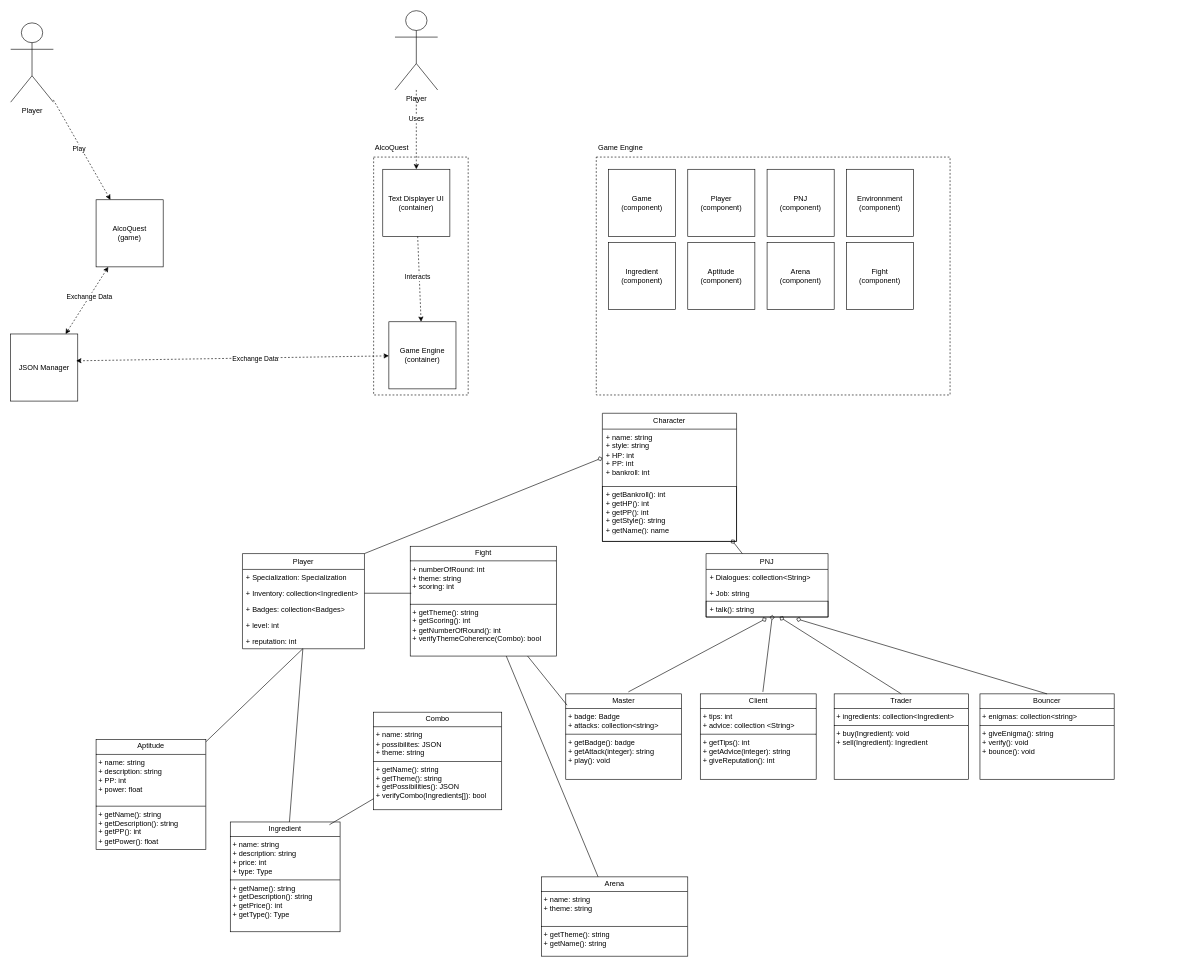
Earlier version of the draw.io diagram AlcoQuest_C4.drawio (Hchautard/RPG_Rust). Source tidied: cells renumbered, new cells numbered last; positions are measured from the earlier drawing's top-left corner, leaving out a move shared by most shapes. Both pictures are drawn from the tidied source at 61%, with x=0, y=0 at pixel (10, 10).
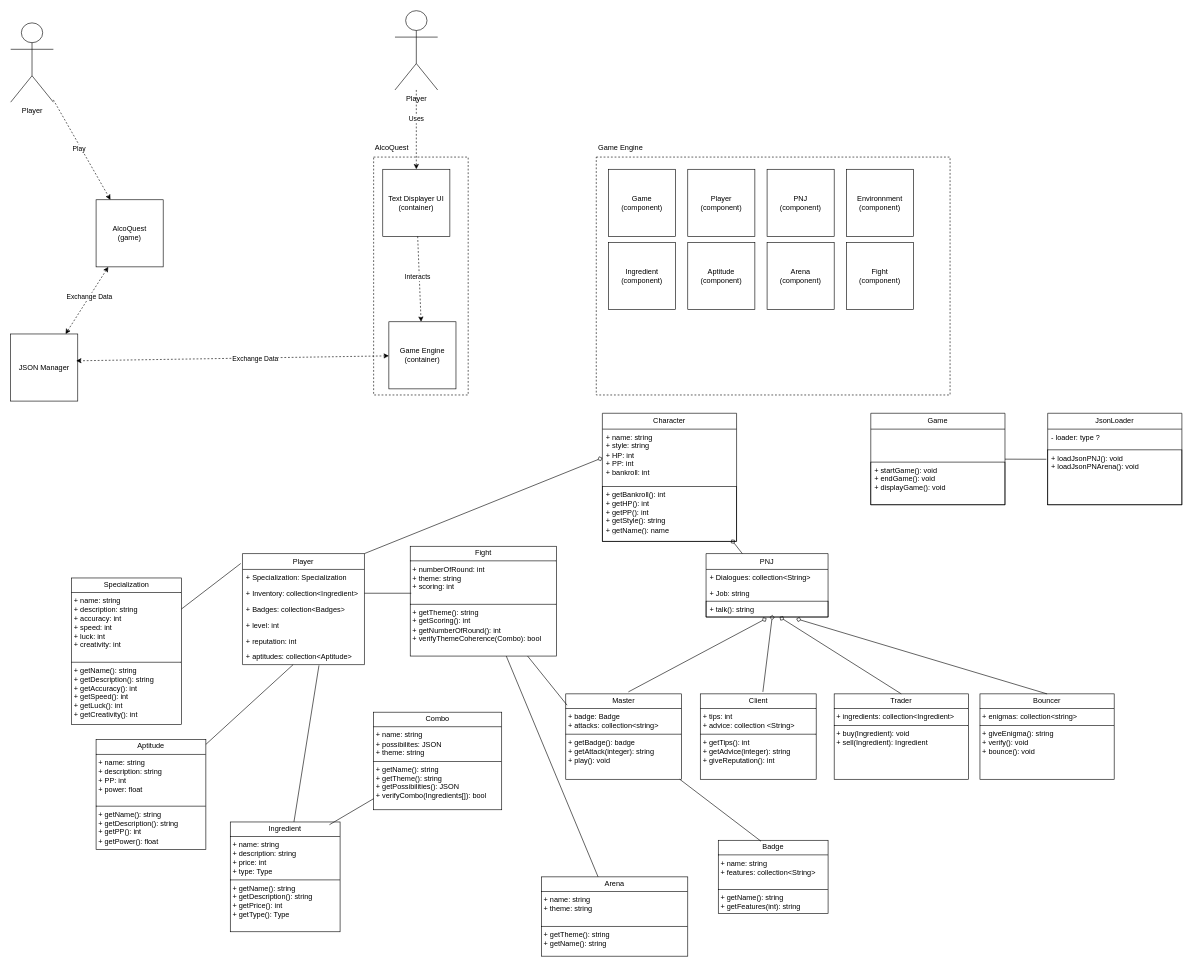
The same diagram, later.

Unchanged cells that the change refers to:
```xml
<mxCell id="36" value="+ reputation: int" style="text;strokeColor=none;fillColor=none;align=left;verticalAlign=top;spacingLeft=4;spacingRight=4;overflow=hidden;points=[[0,0.5],[1,0.5]];portConstraint=eastwest;whiteSpace=wrap;html=1;" parent="31" vertex="1">
  <mxGeometry y="130" width="200" height="26" as="geometry" />
</mxCell>
<mxCell id="46" value="&lt;p style=&quot;margin:0px;margin-top:4px;text-align:center;&quot;&gt;Master&lt;/p&gt;&lt;hr size=&quot;1&quot; style=&quot;border-style:solid;&quot;&gt;&lt;p style=&quot;margin:0px;margin-left:4px;&quot;&gt;+ badge: Badge&lt;br&gt;+ attacks: collection&amp;lt;string&amp;gt;&lt;/p&gt;&lt;hr size=&quot;1&quot; style=&quot;border-style:solid;&quot;&gt;&lt;p style=&quot;margin:0px;margin-left:4px;&quot;&gt;+ getBadge(): badge&lt;br&gt;+ getAttack(integer): string&lt;/p&gt;&lt;p style=&quot;margin:0px;margin-left:4px;&quot;&gt;+ play(): void&lt;/p&gt;" style="verticalAlign=top;align=left;overflow=fill;html=1;whiteSpace=wrap;" parent="1" vertex="1">
  <mxGeometry x="910" y="1120" width="190" height="140" as="geometry" />
</mxCell>
<mxCell id="54" value="&lt;p style=&quot;margin:0px;margin-top:4px;text-align:center;&quot;&gt;Ingredient&lt;/p&gt;&lt;hr size=&quot;1&quot; style=&quot;border-style:solid;&quot;&gt;&lt;p style=&quot;margin:0px;margin-left:4px;&quot;&gt;+ name: string&lt;br&gt;+ description: string&lt;/p&gt;&lt;p style=&quot;margin:0px;margin-left:4px;&quot;&gt;+ price: int&lt;/p&gt;&lt;p style=&quot;margin:0px;margin-left:4px;&quot;&gt;+ type: Type&lt;/p&gt;&lt;hr size=&quot;1&quot; style=&quot;border-style:solid;&quot;&gt;&lt;p style=&quot;margin:0px;margin-left:4px;&quot;&gt;+ getName(): string&lt;br&gt;+ getDescription(): string&lt;/p&gt;&lt;p style=&quot;margin:0px;margin-left:4px;&quot;&gt;+ getPrice(): int&lt;/p&gt;&lt;p style=&quot;margin:0px;margin-left:4px;&quot;&gt;+ getType(): Type&lt;/p&gt;" style="verticalAlign=top;align=left;overflow=fill;html=1;whiteSpace=wrap;" parent="1" vertex="1">
  <mxGeometry x="360" y="1330" width="180" height="180" as="geometry" />
</mxCell>
<mxCell id="56" value="&lt;p style=&quot;margin:0px;margin-top:4px;text-align:center;&quot;&gt;Aptitude&lt;br&gt;&lt;/p&gt;&lt;hr size=&quot;1&quot; style=&quot;border-style:solid;&quot;&gt;&lt;p style=&quot;margin:0px;margin-left:4px;&quot;&gt;+ name: string&lt;br&gt;+ description: string&lt;br&gt;&lt;/p&gt;&lt;p style=&quot;margin:0px;margin-left:4px;&quot;&gt;+ PP: int&lt;/p&gt;&lt;p style=&quot;margin:0px;margin-left:4px;&quot;&gt;+ power: float&lt;/p&gt;&lt;p style=&quot;margin:0px;margin-left:4px;&quot;&gt;&lt;br&gt;&lt;/p&gt;&lt;hr size=&quot;1&quot; style=&quot;border-style:solid;&quot;&gt;&lt;p style=&quot;margin:0px;margin-left:4px;&quot;&gt;+ getName(): string&lt;br&gt;+ getDescription(): string&lt;br&gt;&lt;/p&gt;&lt;p style=&quot;margin:0px;margin-left:4px;&quot;&gt;+ getPP(): int&lt;/p&gt;&lt;p style=&quot;margin:0px;margin-left:4px;&quot;&gt;+ getPower(): float&lt;/p&gt;&lt;p style=&quot;margin:0px;margin-left:4px;&quot;&gt;&lt;br&gt;&lt;/p&gt;" style="verticalAlign=top;align=left;overflow=fill;html=1;whiteSpace=wrap;" parent="1" vertex="1">
  <mxGeometry x="140" y="1195" width="180" height="180" as="geometry" />
</mxCell>
```

Diff of the diagram source:
```diff
@@
     <mxCell id="31" value="Player" style="swimlane;fontStyle=0;horizontal=1;startSize=26;fillColor=none;whiteSpace=wrap;html=1;" parent="1" vertex="1">
-      <mxGeometry x="380" y="890" width="200" height="156" as="geometry" />
+      <mxGeometry x="380" y="890" width="200" height="182" as="geometry" />
     </mxCell>
@@
+    <mxCell id="64" value="+ aptitudes: collection&amp;lt;Aptitude&amp;gt;" style="text;strokeColor=none;fillColor=none;align=left;verticalAlign=top;spacingLeft=4;spacingRight=4;overflow=hidden;points=[[0,0.5],[1,0.5]];portConstraint=eastwest;whiteSpace=wrap;html=1;" parent="31" vertex="1">
+      <mxGeometry y="156" width="200" height="26" as="geometry" />
+    </mxCell>
@@
-    <mxCell id="53" style="rounded=0;jettySize=auto;html=1;endArrow=none;startFill=0;" parent="1" edge="1" source="54" target="36">
+    <mxCell id="53" style="rounded=0;jettySize=auto;html=1;endArrow=none;startFill=0;entryX=0.627;entryY=1.05;entryDx=0;entryDy=0;entryPerimeter=0;" parent="1" edge="1" source="54" target="64">
       <mxGeometry relative="1" as="geometry" />
     </mxCell>
@@
-    <mxCell id="62" style="rounded=0;jettySize=auto;html=1;entryX=0.494;entryY=1.003;entryDx=0;entryDy=0;entryPerimeter=0;endArrow=none;startFill=0;" parent="1" edge="1" source="56" target="36">
+    <mxCell id="62" style="rounded=0;jettySize=auto;html=1;entryX=0.415;entryY=1.005;entryDx=0;entryDy=0;entryPerimeter=0;endArrow=none;startFill=0;" parent="1" edge="1" source="56" target="64">
       <mxGeometry relative="1" as="geometry" />
     </mxCell>
@@
+    <mxCell id="65" value="&lt;p style=&quot;margin:0px;margin-top:4px;text-align:center;&quot;&gt;Badge&lt;br&gt;&lt;/p&gt;&lt;hr size=&quot;1&quot; style=&quot;border-style:solid;&quot;&gt;&lt;p style=&quot;margin:0px;margin-left:4px;&quot;&gt;+ name: string&lt;br&gt;+ features: collection&amp;lt;String&amp;gt;&lt;/p&gt;&lt;p style=&quot;margin:0px;margin-left:4px;&quot;&gt;&lt;br&gt;&lt;/p&gt;&lt;hr size=&quot;1&quot; style=&quot;border-style:solid;&quot;&gt;&lt;p style=&quot;margin:0px;margin-left:4px;&quot;&gt;+ getName(): string&lt;br&gt;+ getFeatures(int): string&lt;/p&gt;&lt;p style=&quot;margin:0px;margin-left:4px;&quot;&gt;&lt;br&gt;&lt;/p&gt;" style="verticalAlign=top;align=left;overflow=fill;html=1;whiteSpace=wrap;" parent="1" vertex="1">
+      <mxGeometry x="1160" y="1360" width="180" height="120" as="geometry" />
+    </mxCell>
+    <mxCell id="66" style="rounded=0;jettySize=auto;html=1;entryX=0.389;entryY=0.013;entryDx=0;entryDy=0;entryPerimeter=0;endArrow=none;startFill=0;" parent="1" edge="1" source="46" target="65">
+      <mxGeometry relative="1" as="geometry" />
+    </mxCell>
+    <mxCell id="67" value="&lt;p style=&quot;margin:0px;margin-top:4px;text-align:center;&quot;&gt;Specialization&lt;br&gt;&lt;/p&gt;&lt;hr size=&quot;1&quot; style=&quot;border-style:solid;&quot;&gt;&lt;p style=&quot;margin:0px;margin-left:4px;&quot;&gt;+ name: string&lt;br&gt;+ description: string&lt;br&gt;&lt;/p&gt;&lt;p style=&quot;margin:0px;margin-left:4px;&quot;&gt;+ accuracy: int&lt;/p&gt;&lt;p style=&quot;margin:0px;margin-left:4px;&quot;&gt;+ speed: int&lt;/p&gt;&lt;p style=&quot;margin:0px;margin-left:4px;&quot;&gt;+ luck: int&lt;/p&gt;&lt;p style=&quot;margin:0px;margin-left:4px;&quot;&gt;+ creativity: int&lt;/p&gt;&lt;p style=&quot;margin:0px;margin-left:4px;&quot;&gt;&lt;br&gt;&lt;/p&gt;&lt;hr size=&quot;1&quot; style=&quot;border-style:solid;&quot;&gt;&lt;p style=&quot;margin:0px;margin-left:4px;&quot;&gt;+ getName(): string&lt;br&gt;+ getDescription(): string&lt;br&gt;&lt;/p&gt;&lt;p style=&quot;margin:0px;margin-left:4px;&quot;&gt;+ getA&lt;span style=&quot;background-color: transparent;&quot;&gt;ccuracy&lt;/span&gt;&lt;span style=&quot;background-color: transparent;&quot;&gt;(): int&lt;/span&gt;&lt;/p&gt;&lt;p style=&quot;margin:0px;margin-left:4px;&quot;&gt;+ getSpeed(): int&lt;/p&gt;&lt;p style=&quot;margin: 0px 0px 0px 4px;&quot;&gt;+ getLuck(): int&lt;/p&gt;&lt;p style=&quot;margin: 0px 0px 0px 4px;&quot;&gt;+ getCreativity(): int&lt;/p&gt;&lt;p style=&quot;margin:0px;margin-left:4px;&quot;&gt;&lt;br&gt;&lt;/p&gt;" style="verticalAlign=top;align=left;overflow=fill;html=1;whiteSpace=wrap;" parent="1" vertex="1">
+      <mxGeometry x="100" y="930" width="180" height="240" as="geometry" />
+    </mxCell>
+    <mxCell id="68" style="rounded=0;jettySize=auto;html=1;entryX=-0.014;entryY=0.089;entryDx=0;entryDy=0;entryPerimeter=0;endArrow=none;startFill=0;" parent="1" edge="1" source="67" target="31">
+      <mxGeometry relative="1" as="geometry" />
+    </mxCell>
+    <mxCell id="69" value="Game" style="swimlane;fontStyle=0;horizontal=1;startSize=26;fillColor=none;whiteSpace=wrap;html=1;" parent="1" vertex="1">
+      <mxGeometry x="1410" y="660" width="220" height="150" as="geometry" />
+    </mxCell>
+    <mxCell id="70" value="&lt;div&gt;&lt;br&gt;&lt;/div&gt;" style="text;strokeColor=none;fillColor=none;align=left;verticalAlign=top;spacingLeft=4;spacingRight=4;overflow=hidden;whiteSpace=wrap;html=1;" parent="69" vertex="1">
+      <mxGeometry y="26" width="220" height="54" as="geometry" />
+    </mxCell>
+    <mxCell id="71" value="+ startGame(): void&lt;div&gt;+ endGame(): void&lt;br&gt;&lt;/div&gt;&lt;div&gt;+ displayGame(): void&lt;/div&gt;" style="text;strokeColor=default;fillColor=none;align=left;verticalAlign=top;spacingLeft=4;spacingRight=4;overflow=hidden;whiteSpace=wrap;html=1;" parent="69" vertex="1">
+      <mxGeometry y="80" width="220" height="70" as="geometry" />
+    </mxCell>
+    <mxCell id="72" value="JsonLoader" style="swimlane;fontStyle=0;horizontal=1;startSize=26;fillColor=none;whiteSpace=wrap;html=1;" parent="1" vertex="1">
+      <mxGeometry x="1700" y="660" width="220" height="150" as="geometry" />
+    </mxCell>
+    <mxCell id="73" value="- loader: type ?" style="text;strokeColor=none;fillColor=none;align=left;verticalAlign=top;spacingLeft=4;spacingRight=4;overflow=hidden;whiteSpace=wrap;html=1;" parent="72" vertex="1">
+      <mxGeometry y="26" width="220" height="34" as="geometry" />
+    </mxCell>
+    <mxCell id="74" value="+ loadJsonPNJ(): void&lt;div&gt;+ loadJsonPNArena(): void&lt;/div&gt;" style="text;strokeColor=default;fillColor=none;align=left;verticalAlign=top;spacingLeft=4;spacingRight=4;overflow=hidden;points=[[0,0.5],[1,0.5]];portConstraint=eastwest;whiteSpace=wrap;html=1;" parent="72" vertex="1">
+      <mxGeometry y="60" width="220" height="90" as="geometry" />
+    </mxCell>
+    <mxCell id="75" style="rounded=0;jettySize=auto;html=1;entryX=-0.01;entryY=0.171;entryDx=0;entryDy=0;entryPerimeter=0;endArrow=none;startFill=0;" parent="1" edge="1" source="69" target="74">
+      <mxGeometry relative="1" as="geometry" />
+    </mxCell>
```
